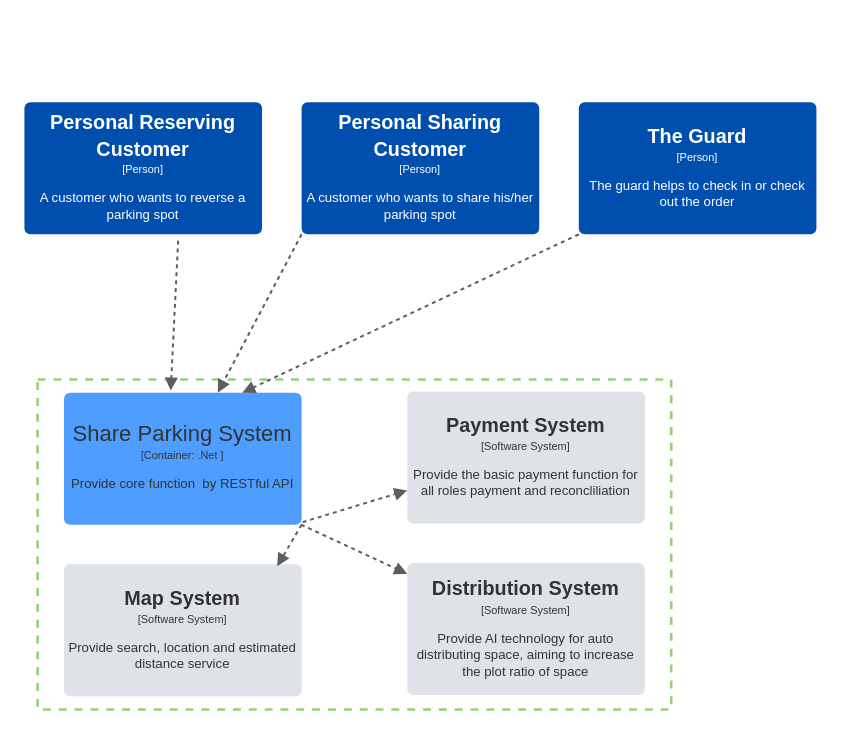
This is page "Page-4" (4 of 5) of wxt-c4.drawio from XiaotianWU-code/img, a draw.io file, before an edit. Source tidied: cells renumbered, new cells numbered last; positions are measured from the earlier drawing's top-left corner, leaving out a move shared by most shapes. Both pictures are drawn from the tidied source at 132%, with x=0, y=0 at pixel (24, 102).
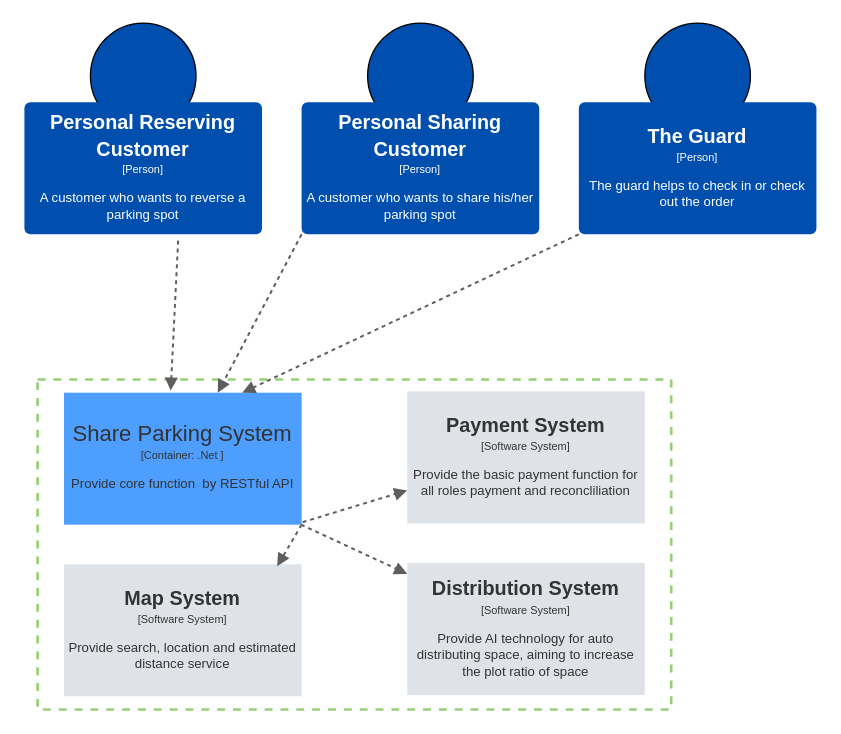
The same diagram, later.

What changed in the source:
```diff
@@
 <mxGraphModel>
   <root>
     <mxCell id="0" />
     <mxCell id="1" parent="0" />
+    <mxCell id="16" style="ellipse;whiteSpace=wrap;html=1;rounded=0;fillColor=#004FAF;" parent="1" vertex="1">
+      <mxGeometry x="50" y="-60" width="80" height="80" as="geometry" />
+    </mxCell>
+    <mxCell id="17" style="ellipse;whiteSpace=wrap;html=1;rounded=0;fillColor=#004FAF;" parent="1" vertex="1">
+      <mxGeometry x="260" y="-60" width="80" height="80" as="geometry" />
+    </mxCell>
+    <mxCell id="18" style="ellipse;whiteSpace=wrap;html=1;rounded=0;fillColor=#004FAF;" parent="1" vertex="1">
+      <mxGeometry x="470" y="-60" width="80" height="80" as="geometry" />
+    </mxCell>
     <mxCell id="2" style="rounded=0;whiteSpace=wrap;html=1;dashed=1;strokeColor=#97D077;strokeWidth=2;" parent="1" vertex="1">
       <mxGeometry x="10" y="210" width="480" height="250" as="geometry" />
     </mxCell>
-    <mxCell id="3" value="&lt;div style=&quot;display: flex; justify-content: center; text-align: center; align-items: baseline; font-size: 0; line-height: 1.25;margin-top: -2px;&quot;&gt;&lt;span&gt;&lt;span style=&quot;font-size:15px;color:#ffffff;font-weight: bold;&quot;&gt;Personal Reserving Customer&lt;/span&gt;&lt;span style=&quot;font-size:16.7px;color:#ffffff;&quot;&gt;&lt;br&gt;&lt;/span&gt;&lt;span style=&quot;font-size:8.3px;color:#ffffff;&quot;&gt;[Person]&lt;br&gt;&lt;br&gt;&lt;/span&gt;&lt;span style=&quot;font-size:10px;color:#ffffff;&quot;&gt;A customer who wants to reverse a parking spot&lt;/span&gt;&lt;/span&gt;&lt;/div&gt;" style="html=1;overflow=block;blockSpacing=1;whiteSpace=wrap;fontSize=13;spacing=3.8;strokeOpacity=0;fillOpacity=100;rounded=1;absoluteArcSize=1;arcSize=9;fillColor=#004faf;strokeWidth=2.3;" parent="1" vertex="1">
+    <mxCell id="3" value="&lt;div style=&quot;display: flex; justify-content: center; text-align: center; align-items: baseline; font-size: 0; line-height: 1.25;margin-top: -2px;&quot;&gt;&lt;span&gt;&lt;span style=&quot;font-size:15px;color:#ffffff;font-weight: bold;&quot;&gt;Personal Reserving Customer&lt;/span&gt;&lt;span style=&quot;font-size:16.7px;color:#ffffff;&quot;&gt;&lt;br&gt;&lt;/span&gt;&lt;span style=&quot;font-size:8.3px;color:#ffffff;&quot;&gt;[Person]&lt;br&gt;&lt;br&gt;&lt;/span&gt;&lt;span style=&quot;font-size:10px;color:#ffffff;&quot;&gt;A customer who wants to reverse a parking spot&lt;/span&gt;&lt;/span&gt;&lt;/div&gt;" style="html=1;overflow=block;blockSpacing=1;whiteSpace=wrap;fontSize=13;spacing=3.8;strokeOpacity=0;fillOpacity=100;rounded=1;absoluteArcSize=1;arcSize=9;fillColor=#004faf;strokeWidth=2.3;portConstraintRotation=0;" parent="1" vertex="1">
       <mxGeometry width="180" height="100" as="geometry" />
     </mxCell>
     <mxCell id="4" value="&lt;div style=&quot;display: flex; justify-content: center; text-align: center; align-items: baseline; font-size: 0; line-height: 1.25;margin-top: -2px;&quot;&gt;&lt;span&gt;&lt;span style=&quot;font-size:15px;color:#ffffff;font-weight: bold;&quot;&gt;Personal Sharing Customer&lt;/span&gt;&lt;span style=&quot;font-size:16.7px;color:#ffffff;&quot;&gt;&lt;br&gt;&lt;/span&gt;&lt;span style=&quot;font-size:8.3px;color:#ffffff;&quot;&gt;[Person]&lt;br&gt;&lt;br&gt;&lt;/span&gt;&lt;span style=&quot;font-size:10px;color:#ffffff;&quot;&gt;A customer who wants to share his/her parking spot&lt;/span&gt;&lt;/span&gt;&lt;/div&gt;" style="html=1;overflow=block;blockSpacing=1;whiteSpace=wrap;fontSize=13;spacing=3.8;strokeOpacity=0;fillOpacity=100;rounded=1;absoluteArcSize=1;arcSize=9;fillColor=#004faf;strokeWidth=2.3;" parent="1" vertex="1">
       <mxGeometry x="210" width="180" height="100" as="geometry" />
     </mxCell>
-    <mxCell id="5" value="&lt;div style=&quot;display: flex; justify-content: center; text-align: center; align-items: baseline; line-height: 1.25; margin-top: -2px; font-size: 0px;&quot;&gt;&lt;span&gt;&lt;span style=&quot;font-size:15px;color:#ffffff;font-weight: bold;&quot;&gt;The Guard&lt;/span&gt;&lt;span style=&quot;font-size:16.7px;color:#ffffff;&quot;&gt;&lt;br&gt;&lt;/span&gt;&lt;span style=&quot;font-size:8.3px;color:#ffffff;&quot;&gt;[Person]&lt;br&gt;&lt;br&gt;&lt;/span&gt;&lt;span style=&quot;font-size:10px;color:#ffffff;&quot;&gt;The guard helps to check in or check out the order&lt;/span&gt;&lt;/span&gt;&lt;/div&gt;" style="html=1;overflow=block;blockSpacing=1;whiteSpace=wrap;fontSize=13;spacing=3.8;strokeOpacity=0;fillOpacity=100;rounded=1;absoluteArcSize=1;arcSize=9;fillColor=#004faf;strokeWidth=2.3;" parent="1" vertex="1">
+    <mxCell id="5" value="&lt;div style=&quot;display: flex; justify-content: center; text-align: center; align-items: baseline; line-height: 1.25; margin-top: -2px; font-size: 0px;&quot;&gt;&lt;span&gt;&lt;span style=&quot;font-size:15px;color:#ffffff;font-weight: bold;&quot;&gt;The Guard&lt;/span&gt;&lt;span style=&quot;font-size:16.7px;color:#ffffff;&quot;&gt;&lt;br&gt;&lt;/span&gt;&lt;span style=&quot;font-size:8.3px;color:#ffffff;&quot;&gt;[Person]&lt;br&gt;&lt;br&gt;&lt;/span&gt;&lt;span style=&quot;font-size:10px;color:#ffffff;&quot;&gt;The guard helps to check in or check out the order&lt;/span&gt;&lt;/span&gt;&lt;/div&gt;" style="html=1;overflow=block;blockSpacing=1;whiteSpace=wrap;fontSize=13;spacing=3.8;strokeOpacity=0;fillOpacity=100;rounded=1;absoluteArcSize=1;arcSize=9;fillColor=#004faf;strokeWidth=2.3;sketch=0;shadow=0;glass=0;" parent="1" vertex="1">
       <mxGeometry x="420" width="180" height="100" as="geometry" />
     </mxCell>
-    <mxCell id="6" value="&lt;div style=&quot;display: flex; justify-content: center; text-align: center; align-items: baseline; line-height: 1.25; margin-top: -2px; font-size: 0px;&quot;&gt;&lt;span&gt;&lt;span style=&quot;font-size:16.7px;color:#333333;&quot;&gt;Share Parking System&lt;br&gt;&lt;/span&gt;&lt;span style=&quot;font-size:8.3px;color:#333333;&quot;&gt;[Container: .Net ]&lt;br&gt;&lt;br&gt;&lt;/span&gt;&lt;span style=&quot;font-size:10px;color:#333333;&quot;&gt; Provide core function&amp;nbsp; by RESTful API&lt;/span&gt;&lt;/span&gt;&lt;/div&gt;" style="html=1;overflow=block;blockSpacing=1;whiteSpace=wrap;fontSize=13;spacing=3.8;strokeOpacity=0;fillOpacity=100;rounded=1;absoluteArcSize=1;arcSize=9;fillColor=#4d9eff;strokeWidth=2.3;" parent="1" vertex="1">
+    <mxCell id="6" value="&lt;div style=&quot;display: flex; justify-content: center; text-align: center; align-items: baseline; line-height: 1.25; margin-top: -2px; font-size: 0px;&quot;&gt;&lt;span&gt;&lt;span style=&quot;font-size:16.7px;color:#333333;&quot;&gt;Share Parking System&lt;br&gt;&lt;/span&gt;&lt;span style=&quot;font-size:8.3px;color:#333333;&quot;&gt;[Container: .Net ]&lt;br&gt;&lt;br&gt;&lt;/span&gt;&lt;span style=&quot;font-size:10px;color:#333333;&quot;&gt; Provide core function&amp;nbsp; by RESTful API&lt;/span&gt;&lt;/span&gt;&lt;/div&gt;" style="html=1;overflow=block;blockSpacing=1;whiteSpace=wrap;fontSize=13;spacing=3.8;strokeOpacity=0;fillOpacity=100;rounded=0;absoluteArcSize=1;arcSize=9;fillColor=#4d9eff;strokeWidth=2.3;" parent="1" vertex="1">
       <mxGeometry x="30" y="220" width="180" height="100" as="geometry" />
     </mxCell>
-    <mxCell id="7" value="&lt;div style=&quot;display: flex; justify-content: center; text-align: center; align-items: baseline; font-size: 0; line-height: 1.25;margin-top: -2px;&quot;&gt;&lt;span&gt;&lt;span style=&quot;font-size:15px;color:#333333;font-weight: bold;&quot;&gt;Payment System&lt;/span&gt;&lt;span style=&quot;font-size:16.7px;color:#333333;&quot;&gt;&lt;br&gt;&lt;/span&gt;&lt;span style=&quot;font-size:8.3px;color:#333333;&quot;&gt;[Software System]&lt;br&gt;&lt;br&gt;&lt;/span&gt;&lt;span style=&quot;font-size:10px;color:#333333;&quot;&gt; Provide the basic payment function for all roles payment and reconcliliation&lt;/span&gt;&lt;/span&gt;&lt;/div&gt;" style="html=1;overflow=block;blockSpacing=1;whiteSpace=wrap;fontSize=13;spacing=3.8;strokeOpacity=0;fillOpacity=100;rounded=1;absoluteArcSize=1;arcSize=9;fillColor=#dfe3e8;strokeWidth=2.3;" parent="1" vertex="1">
+    <mxCell id="7" value="&lt;div style=&quot;display: flex; justify-content: center; text-align: center; align-items: baseline; font-size: 0; line-height: 1.25;margin-top: -2px;&quot;&gt;&lt;span&gt;&lt;span style=&quot;font-size:15px;color:#333333;font-weight: bold;&quot;&gt;Payment System&lt;/span&gt;&lt;span style=&quot;font-size:16.7px;color:#333333;&quot;&gt;&lt;br&gt;&lt;/span&gt;&lt;span style=&quot;font-size:8.3px;color:#333333;&quot;&gt;[Software System]&lt;br&gt;&lt;br&gt;&lt;/span&gt;&lt;span style=&quot;font-size:10px;color:#333333;&quot;&gt; Provide the basic payment function for all roles payment and reconcliliation&lt;/span&gt;&lt;/span&gt;&lt;/div&gt;" style="html=1;overflow=block;blockSpacing=1;whiteSpace=wrap;fontSize=13;spacing=3.8;strokeOpacity=0;fillOpacity=100;rounded=0;absoluteArcSize=1;arcSize=9;fillColor=#dfe3e8;strokeWidth=2.3;" parent="1" vertex="1">
       <mxGeometry x="290" y="219" width="180" height="100" as="geometry" />
     </mxCell>
-    <mxCell id="8" value="&lt;div style=&quot;display: flex; justify-content: center; text-align: center; align-items: baseline; font-size: 0; line-height: 1.25;margin-top: -2px;&quot;&gt;&lt;span&gt;&lt;span style=&quot;font-size:15px;color:#333333;font-weight: bold;&quot;&gt;Map System&lt;/span&gt;&lt;span style=&quot;font-size:16.7px;color:#333333;&quot;&gt;&lt;br&gt;&lt;/span&gt;&lt;span style=&quot;font-size:8.3px;color:#333333;&quot;&gt;[Software System]&lt;br&gt;&lt;br&gt;&lt;/span&gt;&lt;span style=&quot;font-size:10px;color:#333333;&quot;&gt; Provide search, location and estimated distance service&lt;/span&gt;&lt;/span&gt;&lt;/div&gt;" style="html=1;overflow=block;blockSpacing=1;whiteSpace=wrap;fontSize=13;spacing=3.8;strokeOpacity=0;fillOpacity=100;rounded=1;absoluteArcSize=1;arcSize=9;fillColor=#dfe3e8;strokeWidth=2.3;" parent="1" vertex="1">
+    <mxCell id="8" value="&lt;div style=&quot;display: flex; justify-content: center; text-align: center; align-items: baseline; font-size: 0; line-height: 1.25;margin-top: -2px;&quot;&gt;&lt;span&gt;&lt;span style=&quot;font-size:15px;color:#333333;font-weight: bold;&quot;&gt;Map System&lt;/span&gt;&lt;span style=&quot;font-size:16.7px;color:#333333;&quot;&gt;&lt;br&gt;&lt;/span&gt;&lt;span style=&quot;font-size:8.3px;color:#333333;&quot;&gt;[Software System]&lt;br&gt;&lt;br&gt;&lt;/span&gt;&lt;span style=&quot;font-size:10px;color:#333333;&quot;&gt; Provide search, location and estimated distance service&lt;/span&gt;&lt;/span&gt;&lt;/div&gt;" style="html=1;overflow=block;blockSpacing=1;whiteSpace=wrap;fontSize=13;spacing=3.8;strokeOpacity=0;fillOpacity=100;rounded=0;absoluteArcSize=1;arcSize=9;fillColor=#dfe3e8;strokeWidth=2.3;" parent="1" vertex="1">
       <mxGeometry x="30" y="350" width="180" height="100" as="geometry" />
     </mxCell>
-    <mxCell id="9" value="&lt;div style=&quot;display: flex; justify-content: center; text-align: center; align-items: baseline; font-size: 0; line-height: 1.25;margin-top: -2px;&quot;&gt;&lt;span&gt;&lt;span style=&quot;font-size:15px;color:#333333;font-weight: bold;&quot;&gt;Distribution System&lt;/span&gt;&lt;span style=&quot;font-size:16.7px;color:#333333;&quot;&gt;&lt;br&gt;&lt;/span&gt;&lt;span style=&quot;font-size:8.3px;color:#333333;&quot;&gt;[Software System]&lt;br&gt;&lt;br&gt;&lt;/span&gt;&lt;span style=&quot;font-size:10px;color:#333333;&quot;&gt; Provide AI technology for auto distributing space, aiming to increase the plot ratio of space&lt;/span&gt;&lt;/span&gt;&lt;/div&gt;" style="html=1;overflow=block;blockSpacing=1;whiteSpace=wrap;fontSize=13;spacing=3.8;strokeOpacity=0;fillOpacity=100;rounded=1;absoluteArcSize=1;arcSize=9;fillColor=#dfe3e8;strokeWidth=2.3;" parent="1" vertex="1">
+    <mxCell id="9" value="&lt;div style=&quot;display: flex; justify-content: center; text-align: center; align-items: baseline; font-size: 0; line-height: 1.25;margin-top: -2px;&quot;&gt;&lt;span&gt;&lt;span style=&quot;font-size:15px;color:#333333;font-weight: bold;&quot;&gt;Distribution System&lt;/span&gt;&lt;span style=&quot;font-size:16.7px;color:#333333;&quot;&gt;&lt;br&gt;&lt;/span&gt;&lt;span style=&quot;font-size:8.3px;color:#333333;&quot;&gt;[Software System]&lt;br&gt;&lt;br&gt;&lt;/span&gt;&lt;span style=&quot;font-size:10px;color:#333333;&quot;&gt; Provide AI technology for auto distributing space, aiming to increase the plot ratio of space&lt;/span&gt;&lt;/span&gt;&lt;/div&gt;" style="html=1;overflow=block;blockSpacing=1;whiteSpace=wrap;fontSize=13;spacing=3.8;strokeOpacity=0;fillOpacity=100;rounded=0;absoluteArcSize=1;arcSize=9;fillColor=#dfe3e8;strokeWidth=2.3;" parent="1" vertex="1">
       <mxGeometry x="290" y="349" width="180" height="100" as="geometry" />
     </mxCell>
     <mxCell id="10" style="html=1;jettySize=18;whiteSpace=wrap;overflow=block;blockSpacing=1;fontSize=13;strokeColor=#5e5e5e;strokeOpacity=100;dashed=1;fixDash=1;strokeWidth=1.5;rounded=0;startArrow=none;endArrow=block;endFill=1;exitX=0.647;exitY=1.048;exitDx=0;exitDy=0;exitPerimeter=0;entryX=0.449;entryY=-0.016;entryDx=0;entryDy=0;entryPerimeter=0;" parent="1" edge="1" source="3" target="6">
       <mxGeometry relative="1" as="geometry" />
     </mxCell>
     <mxCell id="11" style="html=1;jettySize=18;whiteSpace=wrap;overflow=block;blockSpacing=1;fontSize=13;strokeColor=#5e5e5e;strokeOpacity=100;dashed=1;fixDash=1;strokeWidth=1.5;rounded=0;startArrow=none;endArrow=block;endFill=1;exitX=0;exitY=1;exitDx=0;exitDy=0;" parent="1" edge="1" source="4" target="6">
       <mxGeometry relative="1" as="geometry" />
     </mxCell>
     <mxCell id="12" style="html=1;jettySize=18;whiteSpace=wrap;overflow=block;blockSpacing=1;fontSize=13;strokeColor=#5e5e5e;strokeOpacity=100;dashed=1;fixDash=1;strokeWidth=1.5;rounded=0;startArrow=none;endArrow=block;endFill=1;exitX=0;exitY=1;exitDx=0;exitDy=0;entryX=0.75;entryY=0;entryDx=0;entryDy=0;" parent="1" edge="1" source="5" target="6">
       <mxGeometry relative="1" as="geometry" />
     </mxCell>
     <mxCell id="13" style="html=1;jettySize=18;whiteSpace=wrap;overflow=block;blockSpacing=1;fontSize=13;strokeColor=#5e5e5e;strokeOpacity=100;dashed=1;fixDash=1;strokeWidth=1.5;rounded=0;startArrow=none;endArrow=block;endFill=1;exitX=0;exitY=1;exitDx=0;exitDy=0;" parent="1" edge="1" target="9">
       <mxGeometry relative="1" as="geometry">
         <mxPoint x="209.5" y="319.9" as="sourcePoint" />
       </mxGeometry>
     </mxCell>
     <mxCell id="14" style="html=1;jettySize=18;whiteSpace=wrap;overflow=block;blockSpacing=1;fontSize=13;strokeColor=#5e5e5e;strokeOpacity=100;dashed=1;fixDash=1;strokeWidth=1.5;rounded=0;startArrow=none;endArrow=block;endFill=1;exitX=1;exitY=1;exitDx=0;exitDy=0;entryX=0.897;entryY=0.015;entryDx=0;entryDy=0;entryPerimeter=0;" parent="1" edge="1" source="6" target="8">
       <mxGeometry relative="1" as="geometry" />
     </mxCell>
     <mxCell id="15" style="html=1;jettySize=18;whiteSpace=wrap;overflow=block;blockSpacing=1;fontSize=13;strokeColor=#5e5e5e;strokeOpacity=100;dashed=1;fixDash=1;strokeWidth=1.5;rounded=0;startArrow=none;endArrow=block;endFill=1;exitX=1.004;exitY=0.981;exitDx=0;exitDy=0;entryX=0;entryY=0.75;entryDx=0;entryDy=0;exitPerimeter=0;" parent="1" edge="1" source="6" target="7">
       <mxGeometry relative="1" as="geometry" />
     </mxCell>
   </root>
 </mxGraphModel>
```
